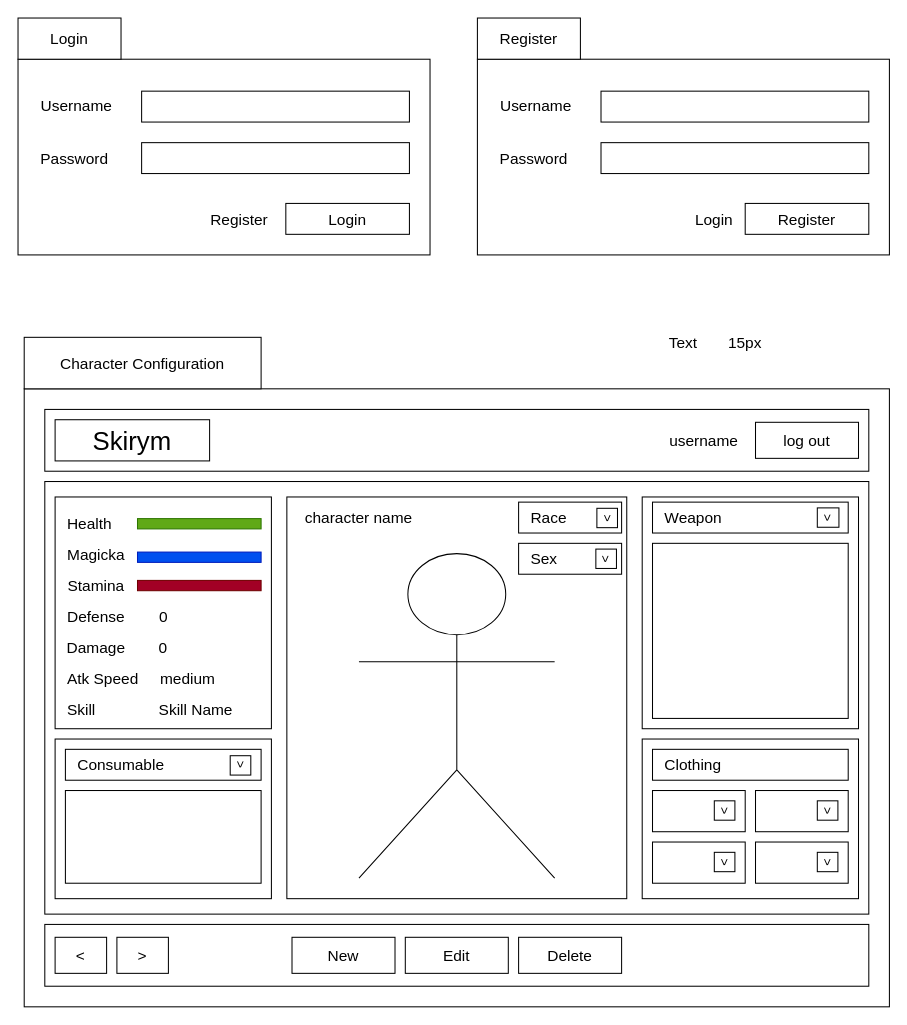
Earlier version of the draw.io diagram Diagrams/character_config_page.drawio (Joel6v/PraktikumZuehlke). Source tidied: cells renumbered, new cells numbered last; positions are measured from the earlier drawing's top-left corner, leaving out a move shared by most shapes. Both pictures are drawn from the tidied source at 103%, with x=0, y=0 at pixel (18, 18).
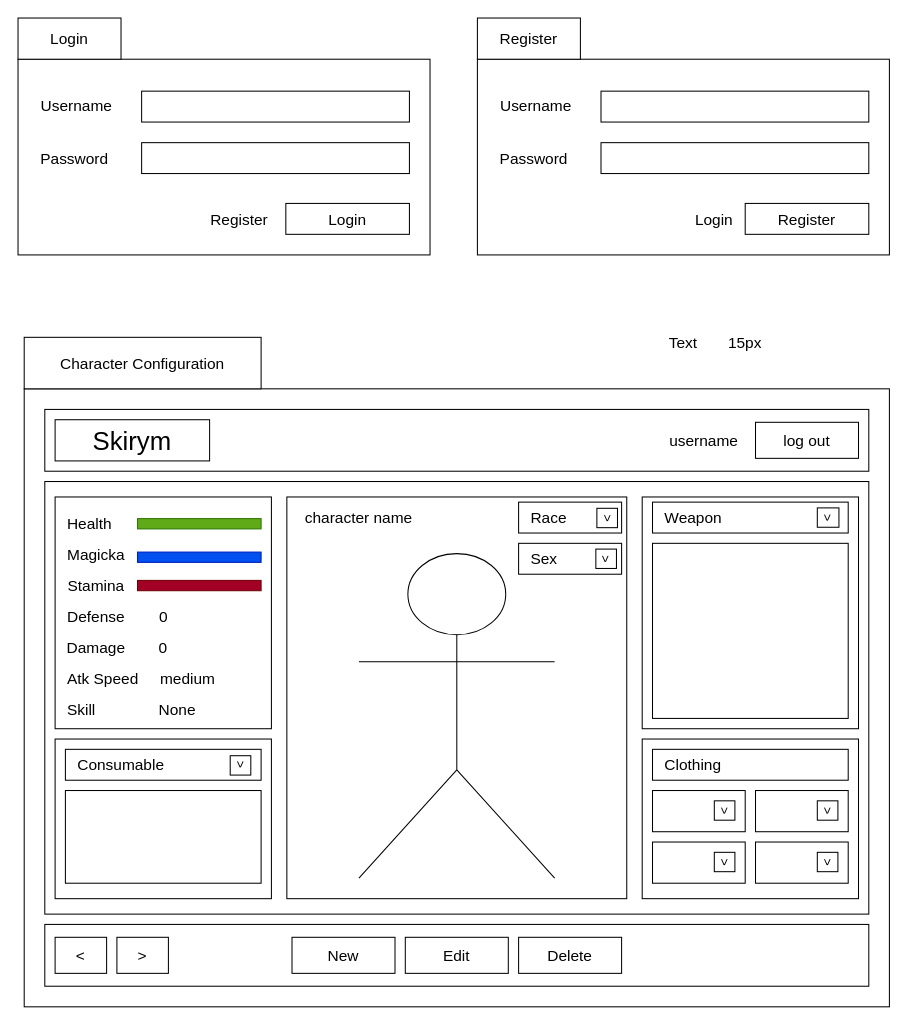
The same page after the edit.

Commit message (it also covers changes not shown here):
edit login and register cs, edit main window cs and xaml, edit character diagrams

What changed in the source:
```diff
@@
-    <mxCell id="67" value="&lt;font style=&quot;font-size: 15px;&quot;&gt;Skill Name&lt;/font&gt;" style="text;html=1;align=left;verticalAlign=middle;whiteSpace=wrap;rounded=0;" parent="1" vertex="1">
+    <mxCell id="67" value="&lt;font style=&quot;font-size: 15px;&quot;&gt;None&lt;/font&gt;" style="text;html=1;align=left;verticalAlign=middle;whiteSpace=wrap;rounded=0;" parent="1" vertex="1">
       <mxGeometry x="135" y="656" width="110" height="30" as="geometry" />
     </mxCell>
```
